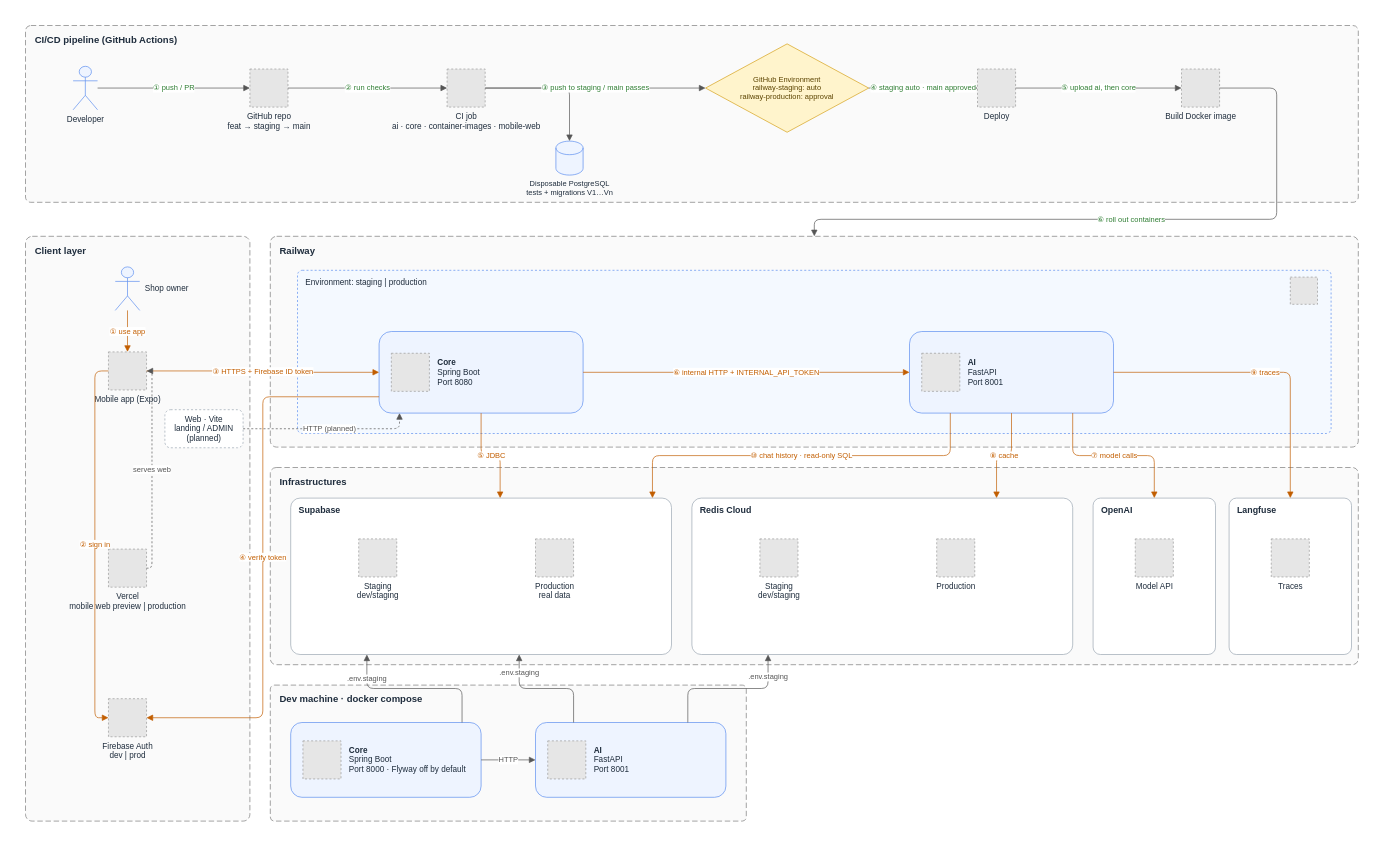
Above: docs/architecture/diagrams/src/ci-cd.drawio in miphu2804/smart-ledger (draw.io), before the change. Source tidied: cells renumbered, new cells numbered last; positions are measured from the earlier drawing's top-left corner, leaving out a move shared by most shapes. Both pictures are drawn from the tidied source at 68%, with x=0, y=0 at pixel (12, 12). Pictures stored in the file or linked from it are replaced by grey dashed boxes.
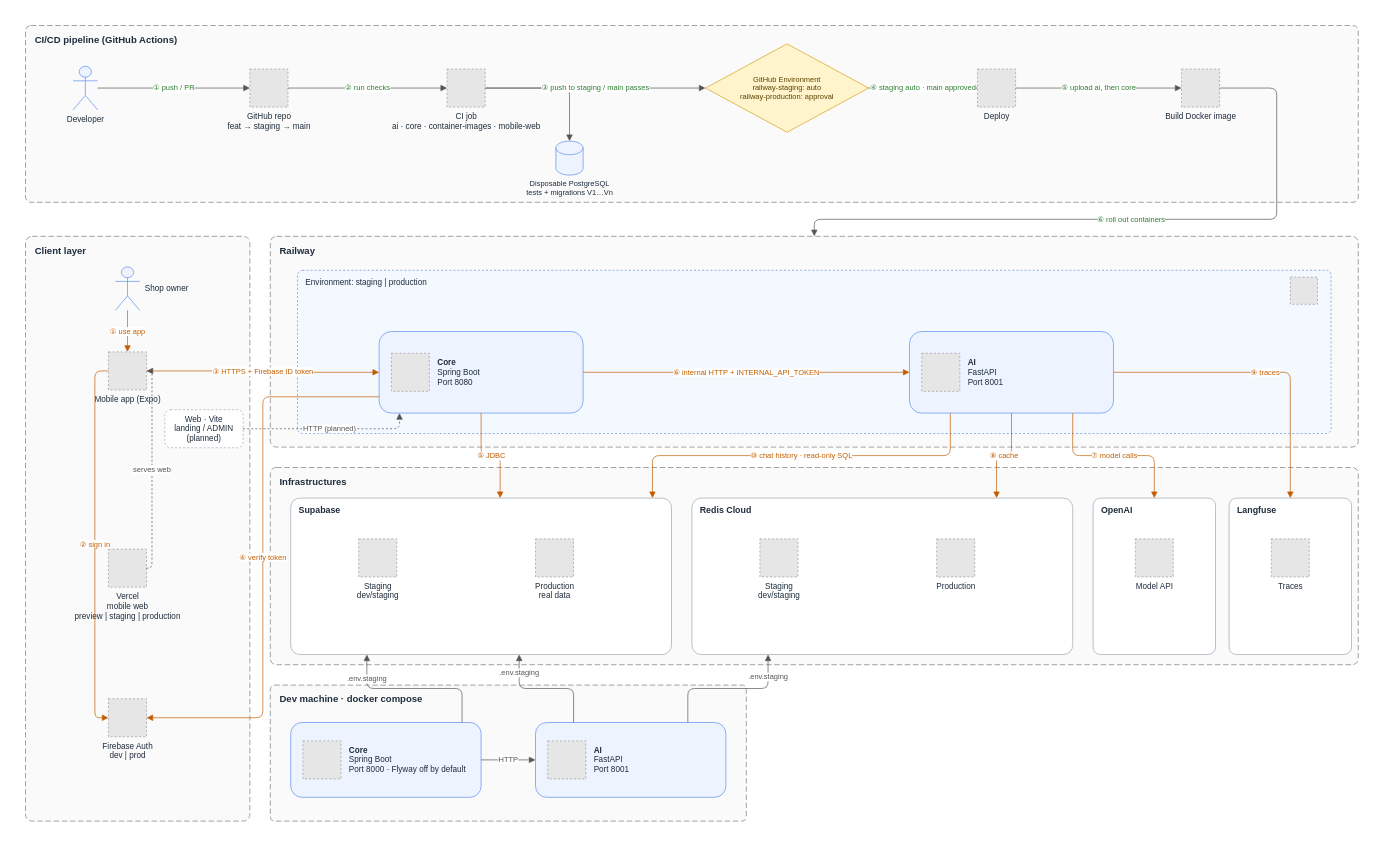
The same diagram, later.

Commit message (it also covers changes not shown here):
chore(ci): link staging and production web in github deployments

Change to the diagram source:
```diff
@@
-    <mxCell id="15" value="Vercel&lt;br&gt;mobile web preview | production" style="fillColor=#E6E6E6;strokeColor=#999999;dashed=1;html=1;verticalLabelPosition=bottom;verticalAlign=top;fontSize=12;fontColor=#1f2d3d;labelBackgroundColor=none;" parent="1" vertex="1">
+    <mxCell id="15" value="Vercel&lt;br&gt;mobile web&lt;br&gt;preview | staging | production" style="fillColor=#E6E6E6;strokeColor=#999999;dashed=1;html=1;verticalLabelPosition=bottom;verticalAlign=top;fontSize=12;fontColor=#1f2d3d;labelBackgroundColor=none;" parent="1" vertex="1">
       <mxGeometry x="142" y="790" width="56" height="56" as="geometry" />
     </mxCell>
```
